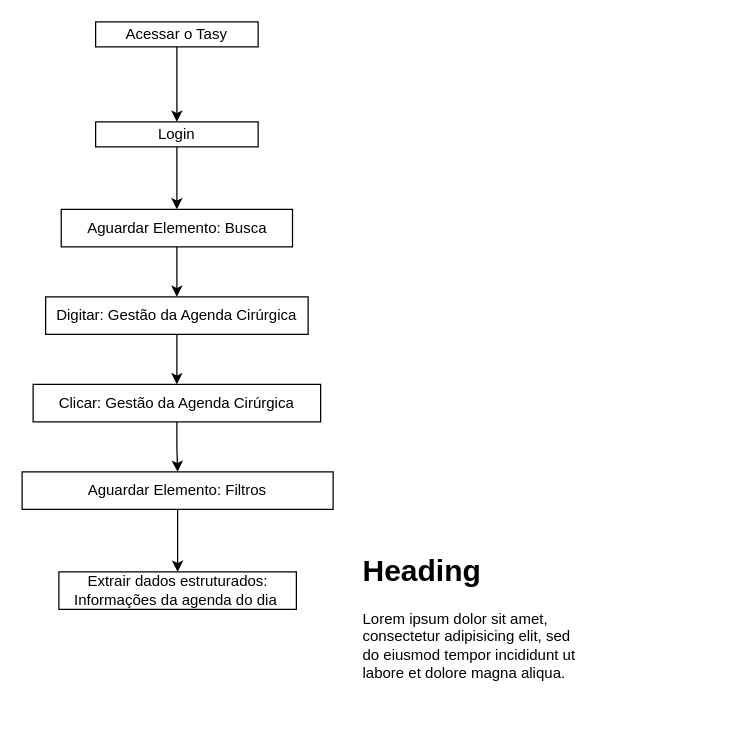
This is Diagrama sem nome.drawio from PatriciaGavloski/diagramas.sql, a draw.io file, before an edit. Source tidied: cells renumbered, new cells numbered last; positions are measured from the earlier drawing's top-left corner, leaving out a move shared by most shapes. Both pictures are drawn from the tidied source at 125%, with x=0, y=0 at pixel (21, 21).
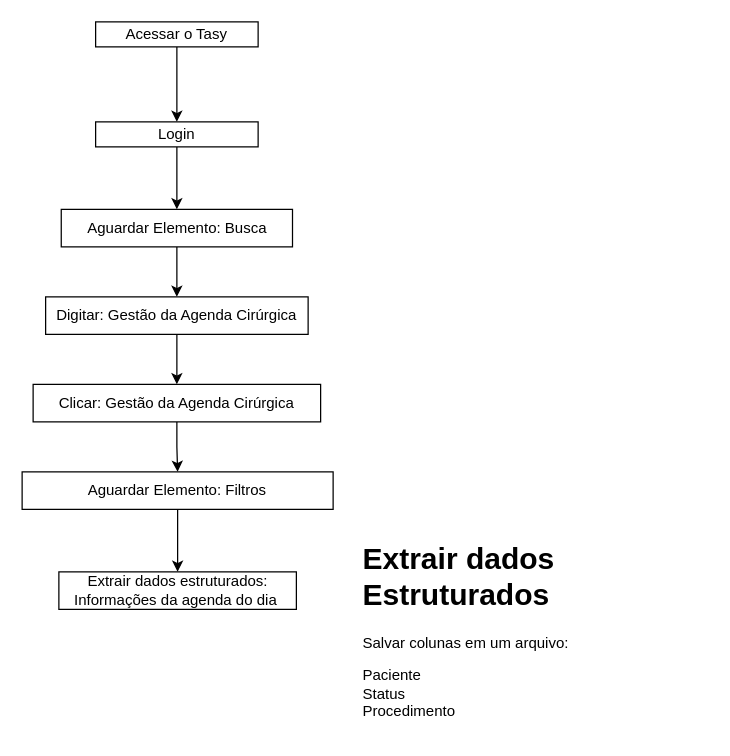
The same page after the edit.

The edit, as a diff of the source:
```diff
@@
 <mxGraphModel>
   <root>
     <mxCell id="0" />
     <mxCell id="1" parent="0" />
     <mxCell id="2" style="edgeStyle=orthogonalEdgeStyle;rounded=0;jettySize=auto;html=1;" parent="1" edge="1" source="3" target="5">
       <mxGeometry relative="1" as="geometry" />
     </mxCell>
     <mxCell id="3" value="Acessar o Tasy" style="rounded=0;whiteSpace=wrap;html=1;" parent="1" vertex="1">
       <mxGeometry x="59" width="130" height="20" as="geometry" />
     </mxCell>
     <mxCell id="4" style="edgeStyle=orthogonalEdgeStyle;rounded=0;jettySize=auto;html=1;exitX=0.5;exitY=1;exitDx=0;exitDy=0;entryX=0.5;entryY=0;entryDx=0;entryDy=0;" parent="1" edge="1" source="5" target="7">
       <mxGeometry relative="1" as="geometry" />
     </mxCell>
     <mxCell id="5" value="Login" style="rounded=0;whiteSpace=wrap;html=1;" parent="1" vertex="1">
       <mxGeometry x="59" y="80" width="130" height="20" as="geometry" />
     </mxCell>
     <mxCell id="6" style="edgeStyle=orthogonalEdgeStyle;rounded=0;jettySize=auto;html=1;" parent="1" edge="1" source="7" target="9">
       <mxGeometry relative="1" as="geometry" />
     </mxCell>
     <mxCell id="7" value="Aguardar Elemento: Busca" style="rounded=0;whiteSpace=wrap;html=1;" parent="1" vertex="1">
       <mxGeometry x="31.5" y="150" width="185" height="30" as="geometry" />
     </mxCell>
     <mxCell id="8" style="edgeStyle=orthogonalEdgeStyle;rounded=0;jettySize=auto;html=1;" parent="1" edge="1" source="9" target="11">
       <mxGeometry relative="1" as="geometry" />
     </mxCell>
     <mxCell id="9" value="Digitar:&amp;nbsp;Gestão da Agenda Cirúrgica" style="rounded=0;whiteSpace=wrap;html=1;" parent="1" vertex="1">
       <mxGeometry x="19" y="220" width="210" height="30" as="geometry" />
     </mxCell>
     <mxCell id="10" style="edgeStyle=orthogonalEdgeStyle;rounded=0;jettySize=auto;html=1;" parent="1" edge="1" source="11" target="13">
       <mxGeometry relative="1" as="geometry" />
     </mxCell>
     <mxCell id="11" value="Clicar:&amp;nbsp;Gestão da Agenda Cirúrgica" style="rounded=0;whiteSpace=wrap;html=1;" parent="1" vertex="1">
       <mxGeometry x="9" y="290" width="230" height="30" as="geometry" />
     </mxCell>
     <mxCell id="12" style="edgeStyle=orthogonalEdgeStyle;rounded=0;jettySize=auto;html=1;" parent="1" edge="1" source="13" target="14">
       <mxGeometry relative="1" as="geometry" />
     </mxCell>
     <mxCell id="13" value="Aguardar Elemento: Filtros" style="rounded=0;whiteSpace=wrap;html=1;" parent="1" vertex="1">
       <mxGeometry x="0.2" y="360" width="248.8" height="30" as="geometry" />
     </mxCell>
     <mxCell id="14" value="Extrair dados estruturados: Informações da agenda do dia&amp;nbsp;" style="rounded=0;whiteSpace=wrap;html=1;" parent="1" vertex="1">
       <mxGeometry x="29.6" y="440" width="190" height="30" as="geometry" />
     </mxCell>
-    <mxCell id="15" value="&lt;h1&gt;Heading&lt;/h1&gt;&lt;p&gt;Lorem ipsum dolor sit amet, consectetur adipisicing elit, sed do eiusmod tempor incididunt ut labore et dolore magna aliqua.&lt;/p&gt;" style="text;html=1;strokeColor=none;fillColor=none;spacing=5;spacingTop=-20;whiteSpace=wrap;overflow=hidden;rounded=0;" parent="1" vertex="1">
-      <mxGeometry x="268" y="420" width="190" height="120" as="geometry" />
+    <mxCell id="15" value="&lt;h1&gt;Extrair dados Estruturados&amp;nbsp;&lt;/h1&gt;&lt;p&gt;Salvar colunas em um arquivo:&lt;/p&gt;&lt;p&gt;Paciente&amp;nbsp;&lt;br&gt;Status &lt;br&gt;Procedimento&lt;/p&gt;" style="text;html=1;strokeColor=none;fillColor=none;spacing=5;spacingTop=-20;whiteSpace=wrap;overflow=hidden;rounded=0;" parent="1" vertex="1">
+      <mxGeometry x="268" y="410" width="281" height="160" as="geometry" />
     </mxCell>
   </root>
 </mxGraphModel>
```
